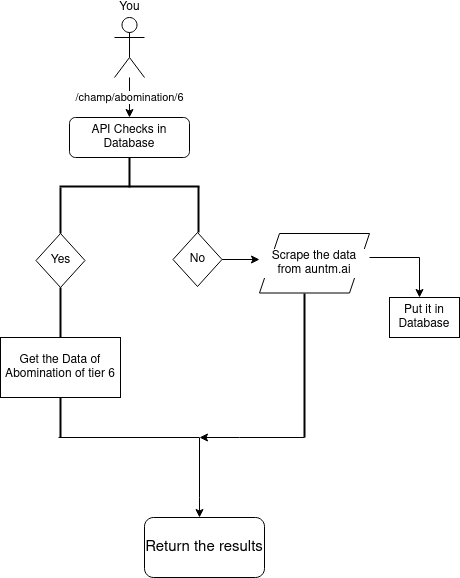
Before: blob/flowchart.png, a diagram exported from draw.io (Rexians/uma). Source tidied: cells renumbered, new cells last; positions are measured from the earlier drawing's top-left corner, leaving out a move shared by most shapes.
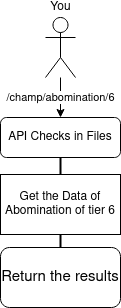
After the commit.

Change to the diagram source:
```diff
@@ -2,7 +2,7 @@
   <root>
     <mxCell id="0" />
     <mxCell id="1" parent="0" />
-    <mxCell id="2" value="API Checks in Database" style="rounded=1;whiteSpace=wrap;html=1;fontSize=12;glass=0;strokeWidth=1;shadow=0;" parent="1" vertex="1">
+    <mxCell id="2" value="API Checks in Files" style="rounded=1;whiteSpace=wrap;html=1;fontSize=12;glass=0;strokeWidth=1;shadow=0;" parent="1" vertex="1">
       <mxGeometry x="69" y="100" width="120" height="40" as="geometry" />
     </mxCell>
     <mxCell id="3" value="/champ/abomination/6" style="edgeStyle=orthogonalEdgeStyle;rounded=0;jettySize=auto;html=1;fontColor=default;" parent="1" edge="1" source="4" target="2">
@@ -14,73 +14,17 @@
     <mxCell id="5" style="line;strokeWidth=2;direction=south;html=1;fontColor=default;fillColor=default;strokeColor=default;labelBackgroundColor=default;" parent="1" vertex="1">
       <mxGeometry x="124" y="140" width="10" height="30" as="geometry" />
     </mxCell>
-    <mxCell id="6" style="line;strokeWidth=2;html=1;labelBackgroundColor=default;fontColor=default;fillColor=default;strokeColor=default;" parent="1" vertex="1">
-      <mxGeometry x="59" y="164" width="70" height="10" as="geometry" />
-    </mxCell>
-    <mxCell id="7" value="Yes" style="rhombus;whiteSpace=wrap;html=1;labelBackgroundColor=default;fontColor=default;strokeColor=default;fillColor=default;" parent="1" vertex="1">
-      <mxGeometry x="35.5" y="216" width="49" height="54" as="geometry" />
-    </mxCell>
     <mxCell id="8" style="line;strokeWidth=2;direction=south;html=1;labelBackgroundColor=default;fontColor=default;fillColor=default;strokeColor=default;" parent="1" vertex="1">
-      <mxGeometry x="55" y="170" width="10" height="46" as="geometry" />
+      <mxGeometry x="124" y="164" width="10" height="46" as="geometry" />
     </mxCell>
-    <mxCell id="9" style="line;strokeWidth=2;html=1;labelBackgroundColor=default;fontColor=default;fillColor=default;strokeColor=default;" parent="1" vertex="1">
-      <mxGeometry x="129" y="164" width="70" height="10" as="geometry" />
-    </mxCell>
-    <mxCell id="10" style="edgeStyle=orthogonalEdgeStyle;rounded=0;jettySize=auto;html=1;exitX=1;exitY=0.5;exitDx=0;exitDy=0;labelBackgroundColor=default;fontColor=default;strokeColor=default;" parent="1" edge="1" source="11">
-      <mxGeometry relative="1" as="geometry">
-        <mxPoint x="259" y="242" as="targetPoint" />
-      </mxGeometry>
-    </mxCell>
-    <mxCell id="11" value="No" style="rhombus;whiteSpace=wrap;html=1;labelBackgroundColor=default;fontColor=default;strokeColor=default;fillColor=default;" parent="1" vertex="1">
-      <mxGeometry x="172.5" y="215" width="49" height="54" as="geometry" />
-    </mxCell>
-    <mxCell id="12" style="line;strokeWidth=2;direction=south;html=1;labelBackgroundColor=default;fontColor=default;fillColor=default;strokeColor=default;" parent="1" vertex="1">
-      <mxGeometry x="193" y="169" width="10" height="46" as="geometry" />
-    </mxCell>
     <mxCell id="13" value="Get the Data of Abomination of tier 6" style="rounded=0;whiteSpace=wrap;html=1;labelBackgroundColor=default;fontColor=default;strokeColor=default;fillColor=default;" parent="1" vertex="1">
-      <mxGeometry y="320" width="120" height="60" as="geometry" />
+      <mxGeometry x="69" y="157" width="120" height="60" as="geometry" />
     </mxCell>
-    <mxCell id="14" style="line;strokeWidth=2;direction=south;html=1;labelBackgroundColor=default;fontColor=default;fillColor=default;strokeColor=default;" parent="1" vertex="1">
-      <mxGeometry x="55" y="270" width="10" height="50" as="geometry" />
-    </mxCell>
-    <mxCell id="15" value="Put it in Database" style="rounded=0;whiteSpace=wrap;html=1;labelBackgroundColor=default;fontColor=default;strokeColor=default;fillColor=default;" parent="1" vertex="1">
-      <mxGeometry x="389" y="280" width="70" height="40" as="geometry" />
-    </mxCell>
-    <mxCell id="16" value="Scrape the data from auntm.ai" style="shape=parallelogram;perimeter=parallelogramPerimeter;whiteSpace=wrap;html=1;fixedSize=1;labelBackgroundColor=default;fontColor=default;strokeColor=default;fillColor=default;" parent="1" vertex="1">
-      <mxGeometry x="259" y="216" width="110" height="59.5" as="geometry" />
-    </mxCell>
-    <mxCell id="17" style="edgeStyle=segmentEdgeStyle;endArrow=classic;html=1;rounded=0;labelBackgroundColor=default;fontColor=default;strokeColor=default;" parent="1" edge="1">
-      <mxGeometry relative="1" as="geometry">
-        <mxPoint x="369" y="240" as="sourcePoint" />
-        <mxPoint x="419" y="280" as="targetPoint" />
-      </mxGeometry>
-    </mxCell>
-    <mxCell id="18" style="edgeStyle=segmentEdgeStyle;endArrow=classic;html=1;rounded=0;labelBackgroundColor=default;fontColor=default;strokeColor=default;" parent="1" edge="1">
-      <mxGeometry relative="1" as="geometry">
-        <mxPoint x="58" y="420" as="sourcePoint" />
-        <mxPoint x="199" y="500" as="targetPoint" />
-        <Array as="points">
-          <mxPoint x="199" y="420" />
-          <mxPoint x="199" y="480" />
-        </Array>
-      </mxGeometry>
-    </mxCell>
     <mxCell id="19" style="line;strokeWidth=2;direction=south;html=1;labelBackgroundColor=default;fontColor=default;fillColor=default;strokeColor=default;" parent="1" vertex="1">
-      <mxGeometry x="55" y="380" width="10" height="40" as="geometry" />
+      <mxGeometry x="124" y="217" width="10" height="40" as="geometry" />
     </mxCell>
-    <mxCell id="20" style="line;strokeWidth=2;direction=south;html=1;labelBackgroundColor=default;fontColor=default;fillColor=default;strokeColor=default;" parent="1" vertex="1">
-      <mxGeometry x="299" y="276" width="10" height="144" as="geometry" />
-    </mxCell>
-    <mxCell id="21" style="edgeStyle=segmentEdgeStyle;endArrow=classic;html=1;rounded=0;labelBackgroundColor=default;fontColor=default;strokeColor=default;exitX=1;exitY=0.5;exitDx=0;exitDy=0;exitPerimeter=0;" parent="1" edge="1" source="20">
-      <mxGeometry relative="1" as="geometry">
-        <mxPoint x="199" y="420" as="targetPoint" />
-        <Array as="points">
-          <mxPoint x="239" y="420" />
-        </Array>
-      </mxGeometry>
-    </mxCell>
     <mxCell id="22" value="&lt;font style=&quot;font-size: 15px&quot;&gt;Return the results&lt;/font&gt;" style="rounded=1;whiteSpace=wrap;html=1;labelBackgroundColor=default;fontColor=default;strokeColor=default;fillColor=default;" parent="1" vertex="1">
-      <mxGeometry x="144" y="500" width="120" height="60" as="geometry" />
+      <mxGeometry x="69" y="230" width="120" height="60" as="geometry" />
     </mxCell>
   </root>
 </mxGraphModel>
```
